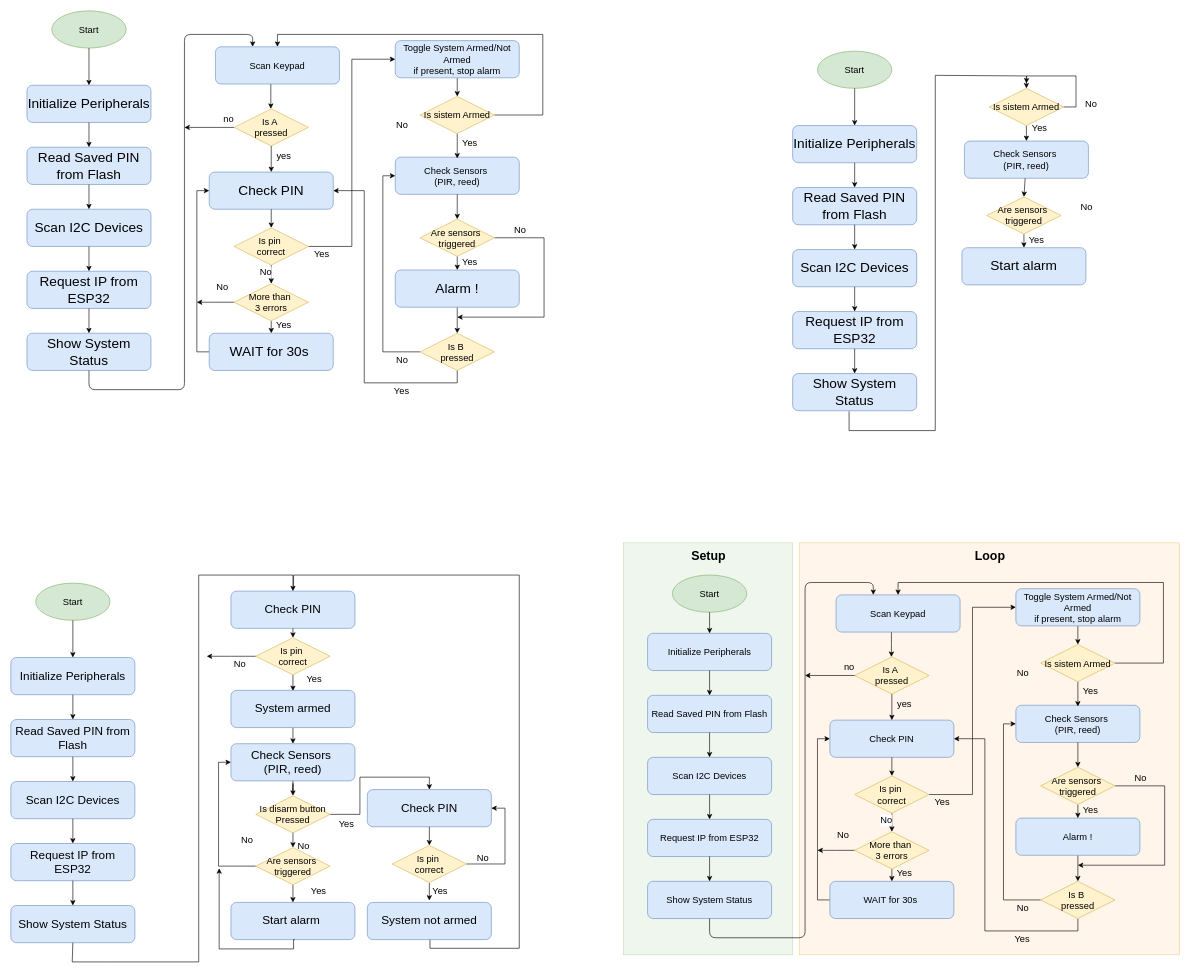
castagnoemanuele/STM32-smart-alarm keeps this draw.io diagram as Assets/flowchart.drawio. Above is the earlier version. Source tidied: cells renumbered, new cells numbered last; positions are measured from the earlier drawing's top-left corner, leaving out a move shared by most shapes. Both pictures are drawn from the tidied source at 62%, with x=0, y=0 at pixel (11, 11).
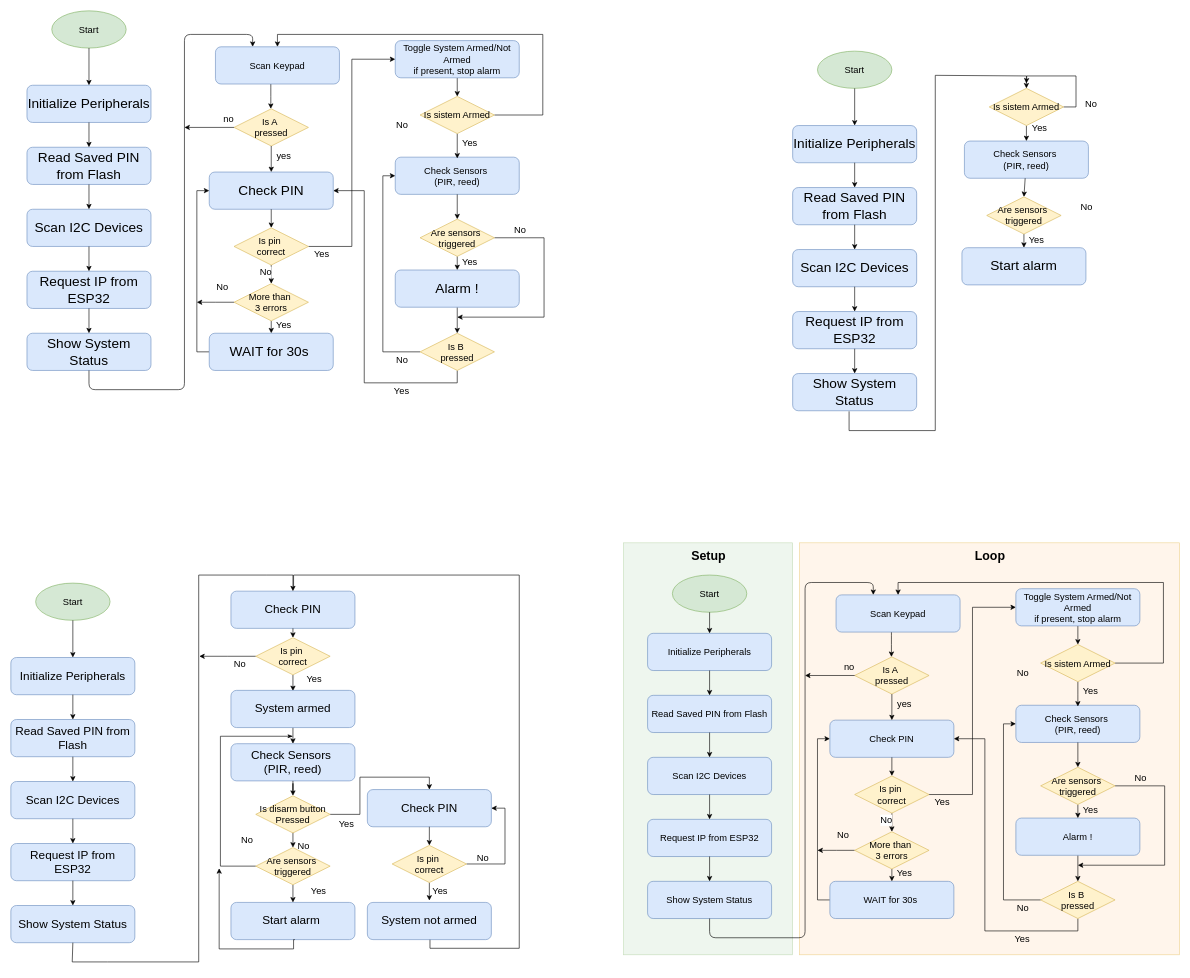
After the change.

Unchanged cells that the change refers to:
```xml
<mxCell id="64" value="Check Sensors&amp;nbsp;&lt;br&gt;(PIR, reed)" style="rounded=1;whiteSpace=wrap;html=1;fillColor=#dae8fc;strokeColor=#6c8ebf;fontSize=19;" parent="1" vertex="1">
  <mxGeometry x="355" y="1182" width="200" height="60" as="geometry" />
</mxCell>
<mxCell id="75" value="Is pin&amp;nbsp;&lt;div&gt;correct&lt;/div&gt;" style="rhombus;whiteSpace=wrap;html=1;fillColor=#fff2cc;strokeColor=#d6b656;fontSize=15;" parent="1" vertex="1">
  <mxGeometry x="395" y="1011" width="120" height="60" as="geometry" />
</mxCell>
<mxCell id="78" value="Are sensors&amp;nbsp;&lt;div&gt;triggered&lt;/div&gt;" style="rhombus;whiteSpace=wrap;html=1;fillColor=#fff2cc;strokeColor=#d6b656;fontSize=15;" parent="1" vertex="1">
  <mxGeometry x="395" y="1349.5" width="120" height="60" as="geometry" />
</mxCell>
```

The edit, as a diff of the source:
```diff
@@
     <mxCell id="74" style="edgeStyle=orthogonalEdgeStyle;rounded=0;jettySize=auto;html=1;exitX=0;exitY=0.5;exitDx=0;exitDy=0;" parent="1" edge="1" source="75">
       <mxGeometry relative="1" as="geometry">
-        <mxPoint x="316" y="1041" as="targetPoint" />
+        <mxPoint x="304" y="1041" as="targetPoint" />
       </mxGeometry>
     </mxCell>
@@
-    <mxCell id="77" style="edgeStyle=orthogonalEdgeStyle;rounded=0;jettySize=auto;html=1;exitX=0;exitY=0.5;exitDx=0;exitDy=0;entryX=0;entryY=0.5;entryDx=0;entryDy=0;" parent="1" edge="1" source="78" target="64">
-      <mxGeometry relative="1" as="geometry" />
-    </mxCell>
+    <mxCell id="183" style="edgeStyle=orthogonalEdgeStyle;rounded=0;jettySize=auto;html=1;exitX=0;exitY=0.5;exitDx=0;exitDy=0;endArrow=classicThin;endFill=1;startArrow=none;startFill=0;" parent="1" edge="1" source="78">
+      <mxGeometry relative="1" as="geometry">
+        <mxPoint x="455" y="1170" as="targetPoint" />
+        <Array as="points">
+          <mxPoint x="338" y="1379" />
+          <mxPoint x="338" y="1170" />
+        </Array>
+      </mxGeometry>
+    </mxCell>
```
